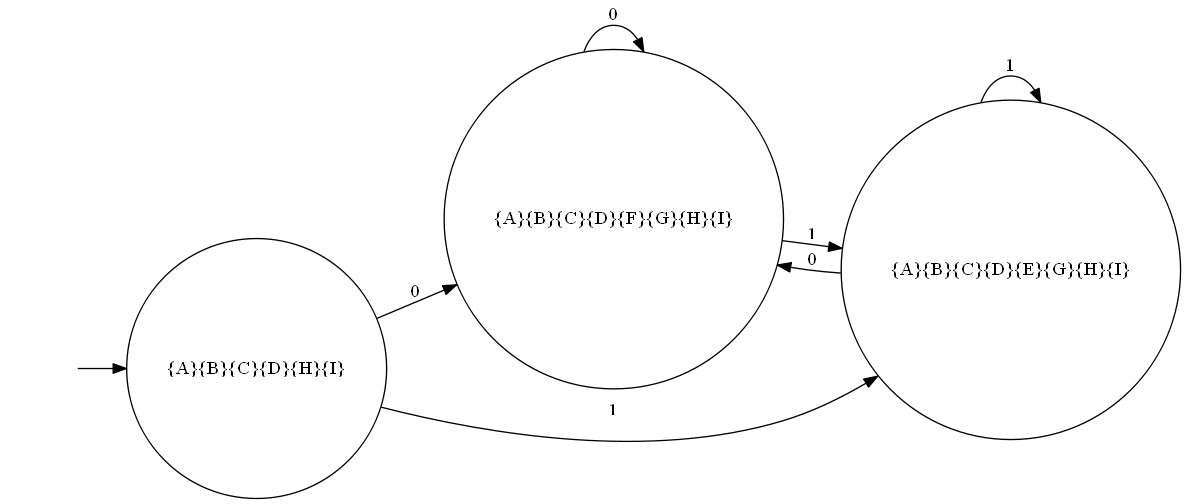
This is Automate Picture/AutomataConvertedDFAPicture.dot.png from arjen0203/AutomataReader, a Graphviz export, as it was before one commit. Its source is kept beside it as Automate Picture/AutomataConvertedDFAPicture.dot.
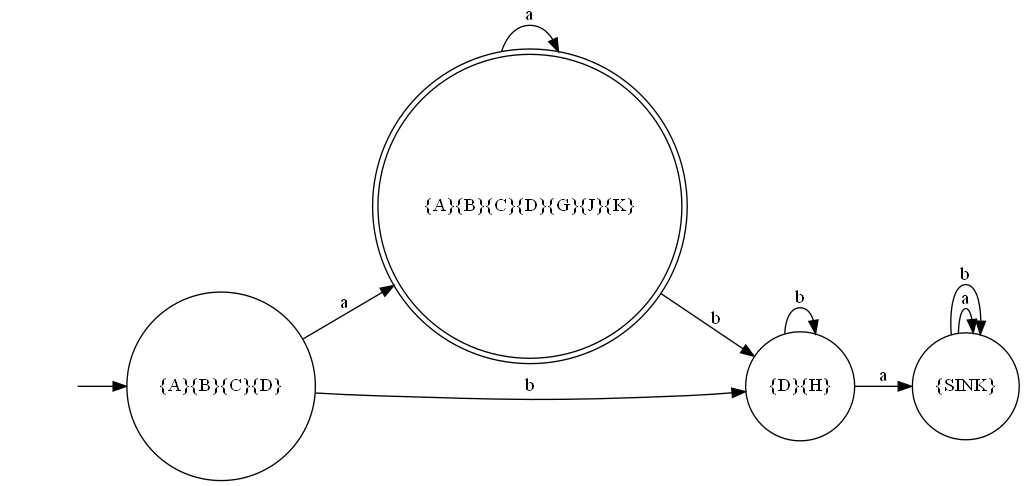
The same file after the commit.

The edit, as a diff of the source:
```diff
@@ -1,15 +1,18 @@
 digraph myAutomatonDFA {
 rankdir=LR;
 "" [shape=none]
-"{A}{B}{C}{D}{H}{I}" [shape=circle]
-"{A}{B}{C}{D}{F}{G}{H}{I}" [shape=circle]
-"{A}{B}{C}{D}{E}{G}{H}{I}" [shape=circle]
+"{A}{B}{C}{D}" [shape=circle]
+"{A}{B}{C}{D}{G}{J}{K}" [shape=doublecircle]
+"{D}{H}" [shape=circle]
+"{SINK}" [shape=circle]
 
-"" -> "{A}{B}{C}{D}{H}{I}"
-"{A}{B}{C}{D}{H}{I}" -> "{A}{B}{C}{D}{F}{G}{H}{I}" [label="0"]
-"{A}{B}{C}{D}{H}{I}" -> "{A}{B}{C}{D}{E}{G}{H}{I}" [label="1"]
-"{A}{B}{C}{D}{F}{G}{H}{I}" -> "{A}{B}{C}{D}{F}{G}{H}{I}" [label="0"]
-"{A}{B}{C}{D}{F}{G}{H}{I}" -> "{A}{B}{C}{D}{E}{G}{H}{I}" [label="1"]
-"{A}{B}{C}{D}{E}{G}{H}{I}" -> "{A}{B}{C}{D}{F}{G}{H}{I}" [label="0"]
-"{A}{B}{C}{D}{E}{G}{H}{I}" -> "{A}{B}{C}{D}{E}{G}{H}{I}" [label="1"]
+"" -> "{A}{B}{C}{D}"
+"{A}{B}{C}{D}" -> "{A}{B}{C}{D}{G}{J}{K}" [label="a"]
+"{A}{B}{C}{D}" -> "{D}{H}" [label="b"]
+"{A}{B}{C}{D}{G}{J}{K}" -> "{A}{B}{C}{D}{G}{J}{K}" [label="a"]
+"{A}{B}{C}{D}{G}{J}{K}" -> "{D}{H}" [label="b"]
+"{D}{H}" -> "{SINK}" [label="a"]
+"{D}{H}" -> "{D}{H}" [label="b"]
+"{SINK}" -> "{SINK}" [label="a"]
+"{SINK}" -> "{SINK}" [label="b"]
 }
```
